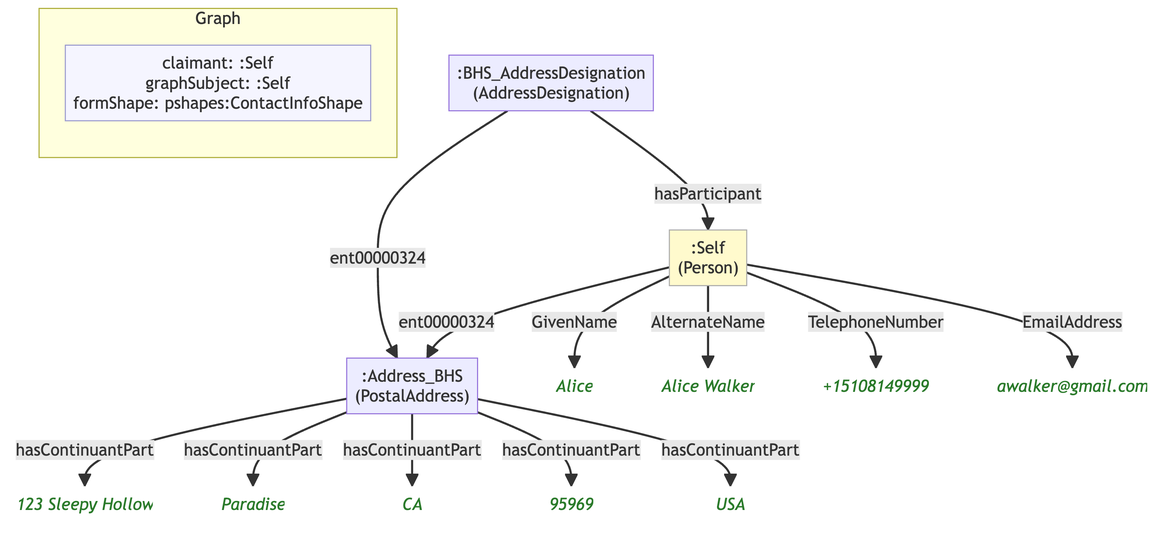
Earlier version of the Mermaid export example/graphs/images/graph-14.png (MeeFoundation/mia-ontologies). Its source is kept beside it as example/graphs/images/graph-14.mmd.
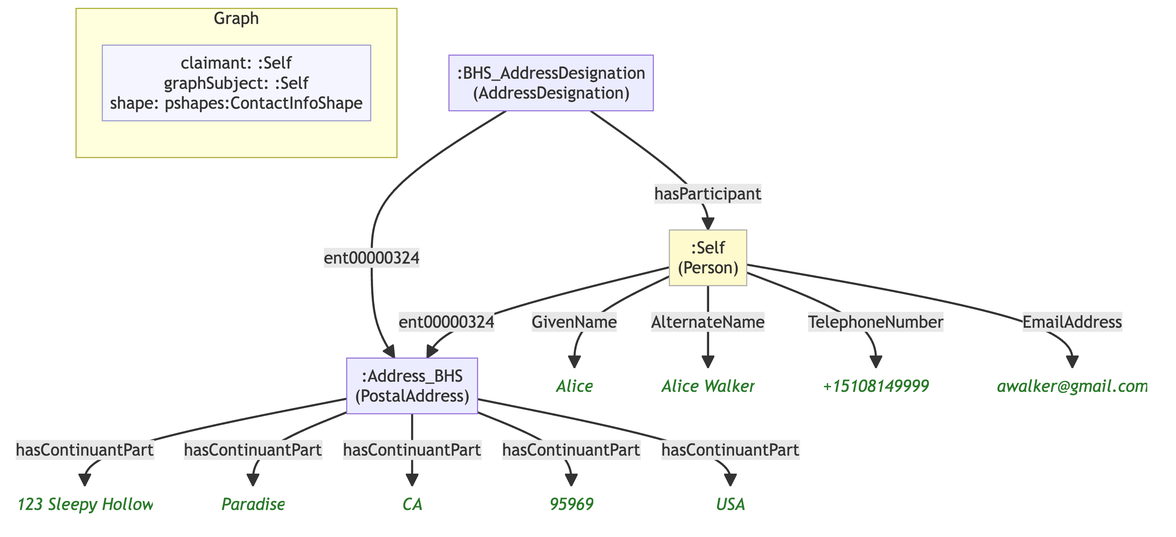
Above is the later version.

Change to the diagram source:
```diff
@@ -7,31 +7,31 @@
 
     subgraph ctx["Graph"]
         direction LR
-        ctx_meta["claimant: :Self\ngraphSubject: :Self\nformShape: pshapes:ContactInfoShape"]:::meta
+        ctx_meta["claimant: :Self\ngraphSubject: :Self\nshape: pshapes:ContactInfoShape"]:::meta
     end
 
     n83041f53e81b[":Address_BHS\n(PostalAddress)"]
-    na1a76389e966("123 Sleepy Hollow"):::lit
-    n9ca94ce367ba("Paradise"):::lit
-    n781f84ac8062("CA"):::lit
-    na612b9c90df6("95969"):::lit
-    nc241f2f71c1a("USA"):::lit
+    n8f78368513ba("123 Sleepy Hollow"):::lit
+    n399c233ab2cd("Paradise"):::lit
+    nd1f19e71cb42("CA"):::lit
+    n5656b1858b39("95969"):::lit
+    n31f48179008c("USA"):::lit
     n671ed2c2e917[":BHS_AddressDesignation\n(AddressDesignation)"]
     n655e442e50be[":Self\n(Person)"]:::person
-    n2a975eec473e("Alice"):::lit
-    n2d9ece1c42aa("Alice Walker"):::lit
-    n1a8d2c9bc53d("+15108149999"):::lit
-    nce11b900f654("awalker@gmail.com"):::lit
+    n645b80b30b8c("Alice"):::lit
+    n2cc7425486da("Alice Walker"):::lit
+    na3fe21aad5c5("+15108149999"):::lit
+    n54411063f8c7("awalker@gmail.com"):::lit
 
-    n83041f53e81b -->|"hasContinuantPart"| na1a76389e966
-    n83041f53e81b -->|"hasContinuantPart"| n9ca94ce367ba
-    n83041f53e81b -->|"hasContinuantPart"| n781f84ac8062
-    n83041f53e81b -->|"hasContinuantPart"| na612b9c90df6
-    n83041f53e81b -->|"hasContinuantPart"| nc241f2f71c1a
+    n83041f53e81b -->|"hasContinuantPart"| n8f78368513ba
+    n83041f53e81b -->|"hasContinuantPart"| n399c233ab2cd
+    n83041f53e81b -->|"hasContinuantPart"| nd1f19e71cb42
+    n83041f53e81b -->|"hasContinuantPart"| n5656b1858b39
+    n83041f53e81b -->|"hasContinuantPart"| n31f48179008c
     n671ed2c2e917 -->|"hasParticipant"| n655e442e50be
     n671ed2c2e917 -->|"ent00000324"| n83041f53e81b
-    n655e442e50be -->|"GivenName"| n2a975eec473e
-    n655e442e50be -->|"AlternateName"| n2d9ece1c42aa
-    n655e442e50be -->|"TelephoneNumber"| n1a8d2c9bc53d
-    n655e442e50be -->|"EmailAddress"| nce11b900f654
+    n655e442e50be -->|"GivenName"| n645b80b30b8c
+    n655e442e50be -->|"AlternateName"| n2cc7425486da
+    n655e442e50be -->|"TelephoneNumber"| na3fe21aad5c5
+    n655e442e50be -->|"EmailAddress"| n54411063f8c7
     n655e442e50be -->|"ent00000324"| n83041f53e81b
```
